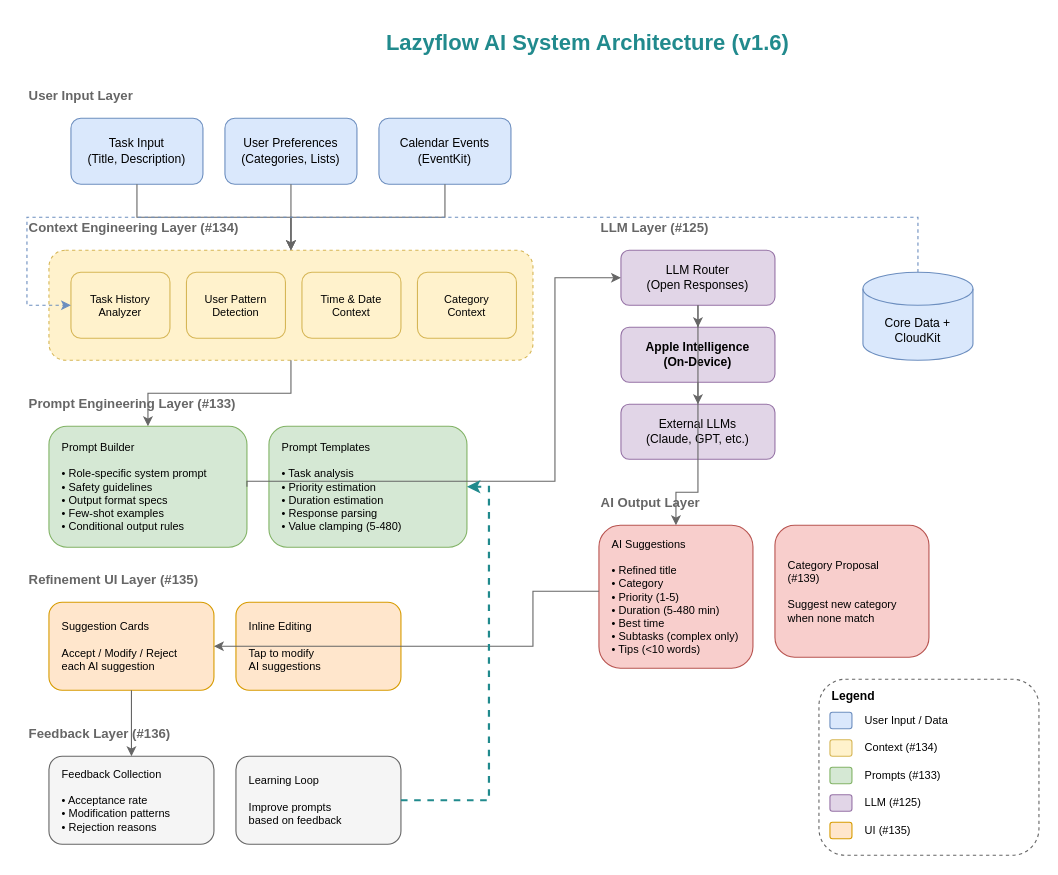
connectwithprakash/lazyflow keeps this draw.io diagram as docs/project/ai-system-architecture.drawio. Above is the earlier version. Source tidied: cells renumbered, new cells numbered last; positions are measured from the earlier drawing's top-left corner, leaving out a move shared by most shapes. Both pictures are drawn from the tidied source at 110%, with x=0, y=0 at pixel (26, 19).
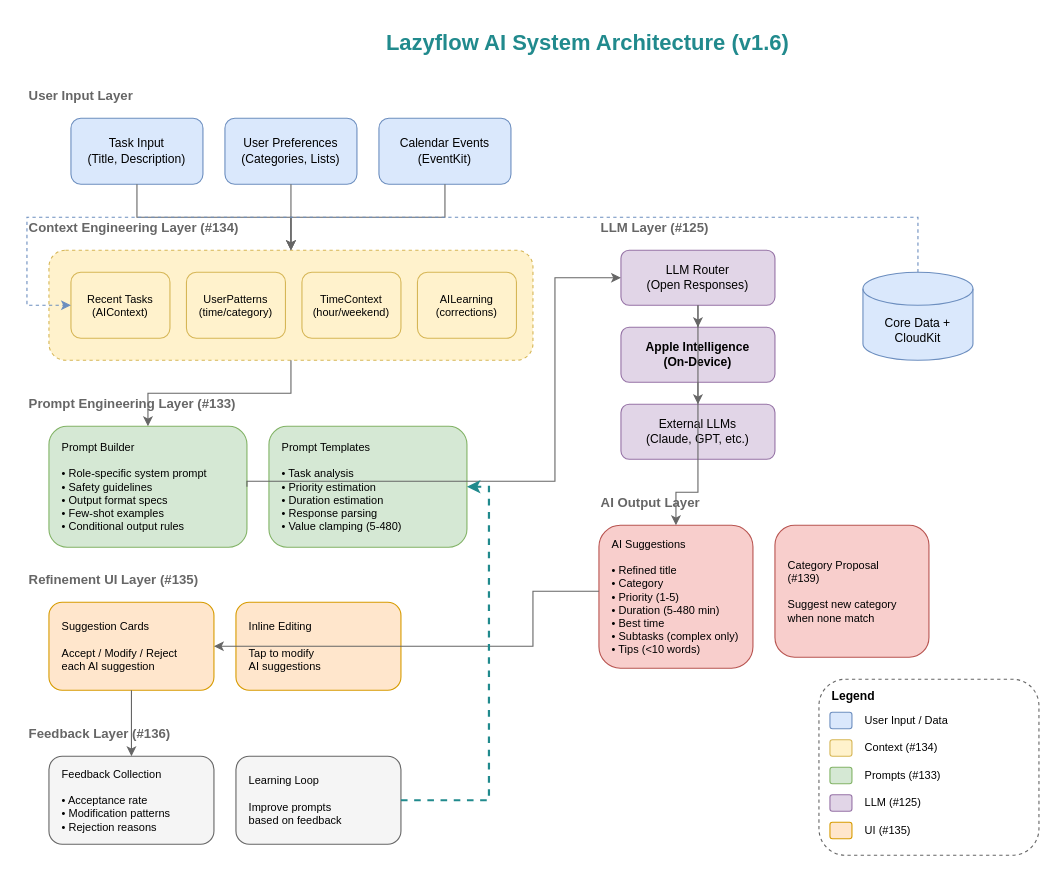
The same diagram, later.

Commit message:
docs: Update AI architecture diagram for context engineering

- Update context layer components to match implementation
- Recent Tasks (AIContext), UserPatterns, TimeContext, AILearning

Diff of the diagram source:
```diff
@@
-    <mxCell id="9" value="Task History&#10;Analyzer" style="rounded=1;whiteSpace=wrap;html=1;fillColor=#fff2cc;strokeColor=#d6b656;fontSize=10;" parent="1" vertex="1">
+    <mxCell id="9" value="Recent Tasks&#10;(AIContext)" style="rounded=1;whiteSpace=wrap;html=1;fillColor=#fff2cc;strokeColor=#d6b656;fontSize=10;" parent="1" vertex="1">
       <mxGeometry x="40" y="230" width="90" height="60" as="geometry" />
     </mxCell>
-    <mxCell id="10" value="User Pattern&#10;Detection" style="rounded=1;whiteSpace=wrap;html=1;fillColor=#fff2cc;strokeColor=#d6b656;fontSize=10;" parent="1" vertex="1">
+    <mxCell id="10" value="UserPatterns&#10;(time/category)" style="rounded=1;whiteSpace=wrap;html=1;fillColor=#fff2cc;strokeColor=#d6b656;fontSize=10;" parent="1" vertex="1">
       <mxGeometry x="145" y="230" width="90" height="60" as="geometry" />
     </mxCell>
-    <mxCell id="11" value="Time &amp; Date&#10;Context" style="rounded=1;whiteSpace=wrap;html=1;fillColor=#fff2cc;strokeColor=#d6b656;fontSize=10;" parent="1" vertex="1">
+    <mxCell id="11" value="TimeContext&#10;(hour/weekend)" style="rounded=1;whiteSpace=wrap;html=1;fillColor=#fff2cc;strokeColor=#d6b656;fontSize=10;" parent="1" vertex="1">
       <mxGeometry x="250" y="230" width="90" height="60" as="geometry" />
     </mxCell>
-    <mxCell id="12" value="Category&#10;Context" style="rounded=1;whiteSpace=wrap;html=1;fillColor=#fff2cc;strokeColor=#d6b656;fontSize=10;" parent="1" vertex="1">
+    <mxCell id="12" value="AILearning&#10;(corrections)" style="rounded=1;whiteSpace=wrap;html=1;fillColor=#fff2cc;strokeColor=#d6b656;fontSize=10;" parent="1" vertex="1">
       <mxGeometry x="355" y="230" width="90" height="60" as="geometry" />
     </mxCell>
```
